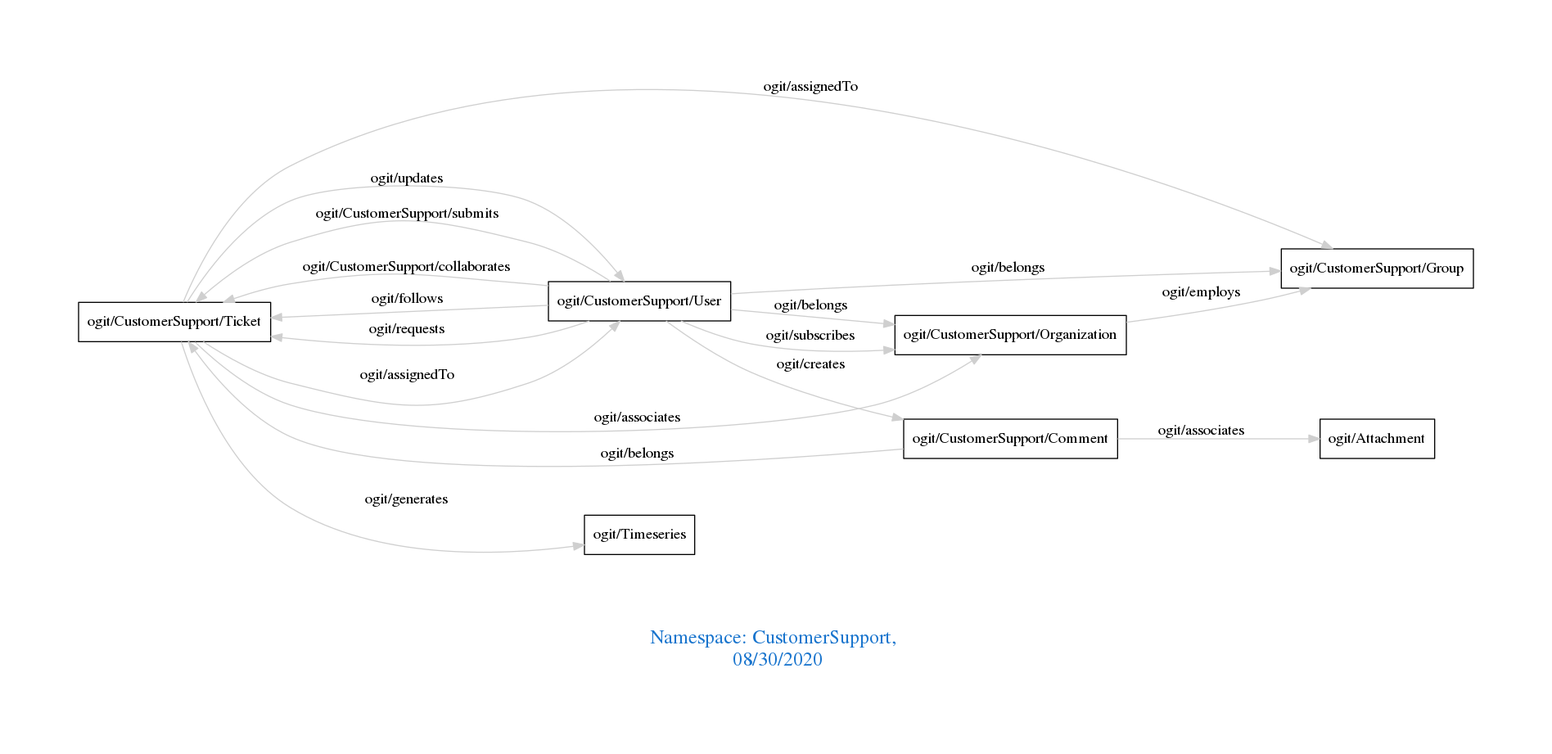
Above: downloads/CustomerSupport.png in arago/OGIT (Graphviz), before the change. Its source is kept beside it as downloads/CustomerSupport.dot.
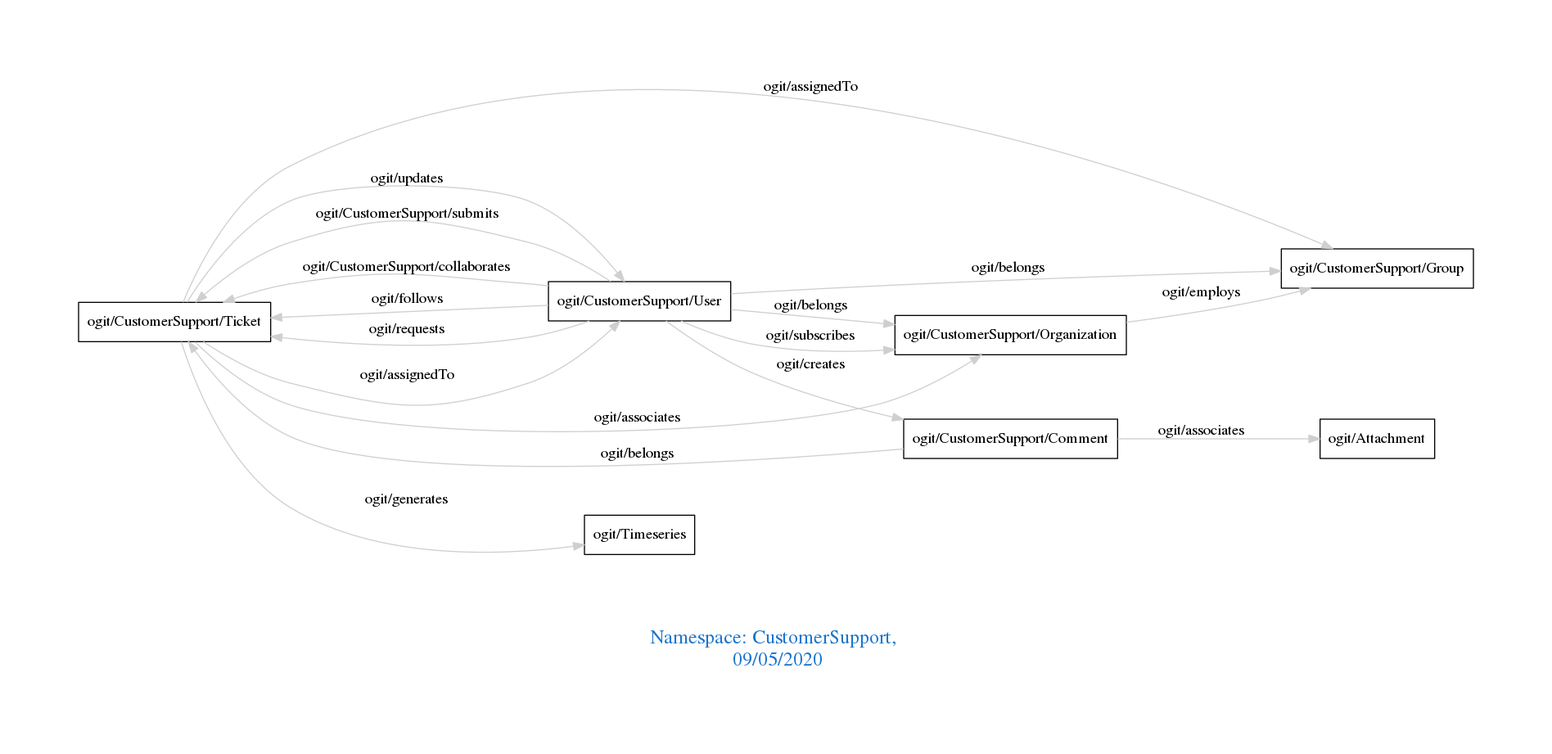
The same file after the commit.

Change to the diagram source:
```diff
@@ -1,7 +1,7 @@
 digraph OGIT_ontology {
  graph [ rankdir= LR,pad=1
 fontsize = 18,
-fontcolor= dodgerblue3,label = "\n\n\nNamespace: CustomerSupport, \n 08/30/2020"];
+fontcolor= dodgerblue3,label = "\n\n\nNamespace: CustomerSupport, \n 09/05/2020"];
 node[shape=polygon];
 edge [  color="gray81"];
 
```
